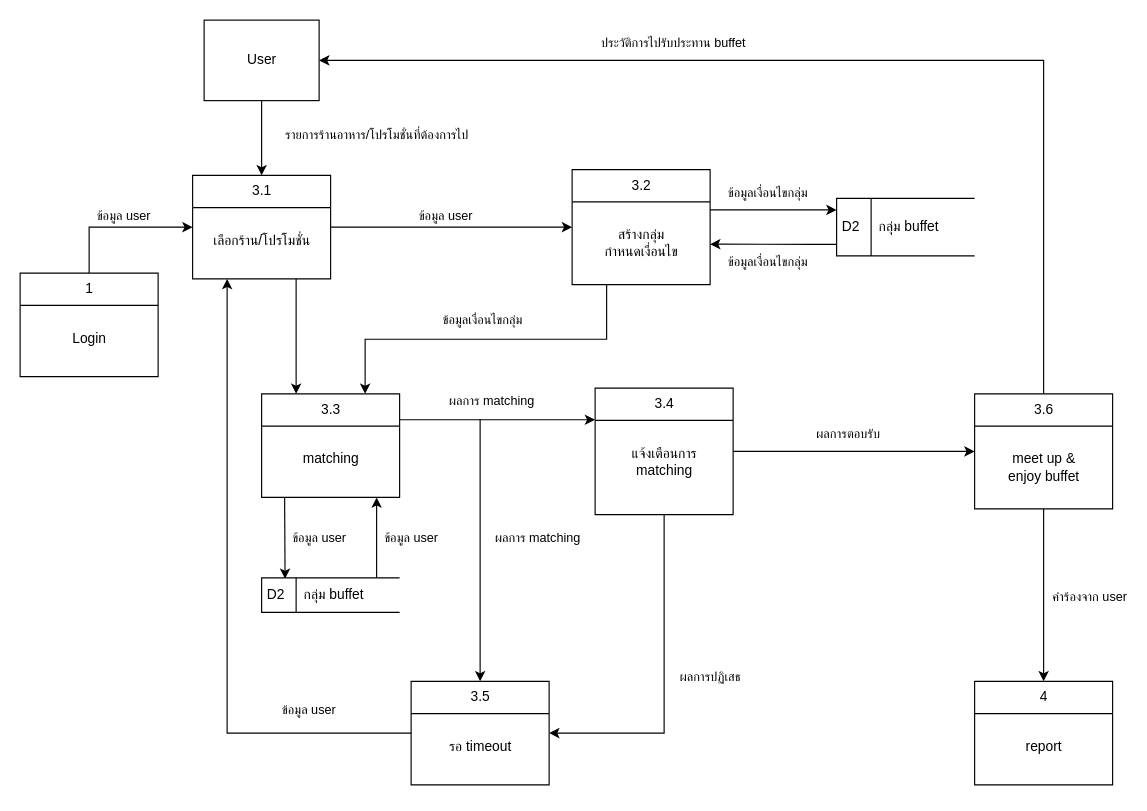
This is page "Page-3" (3 of 4) of Buffet2gether_Doc/draw.io/dfd.drawio from Buffet2gether/buffet2gether, a draw.io file, before an edit. Source tidied: cells renumbered, new cells numbered last; positions are measured from the earlier drawing's top-left corner, leaving out a move shared by most shapes. Both pictures are drawn from the tidied source at 115%, with x=0, y=0 at pixel (20, 20).
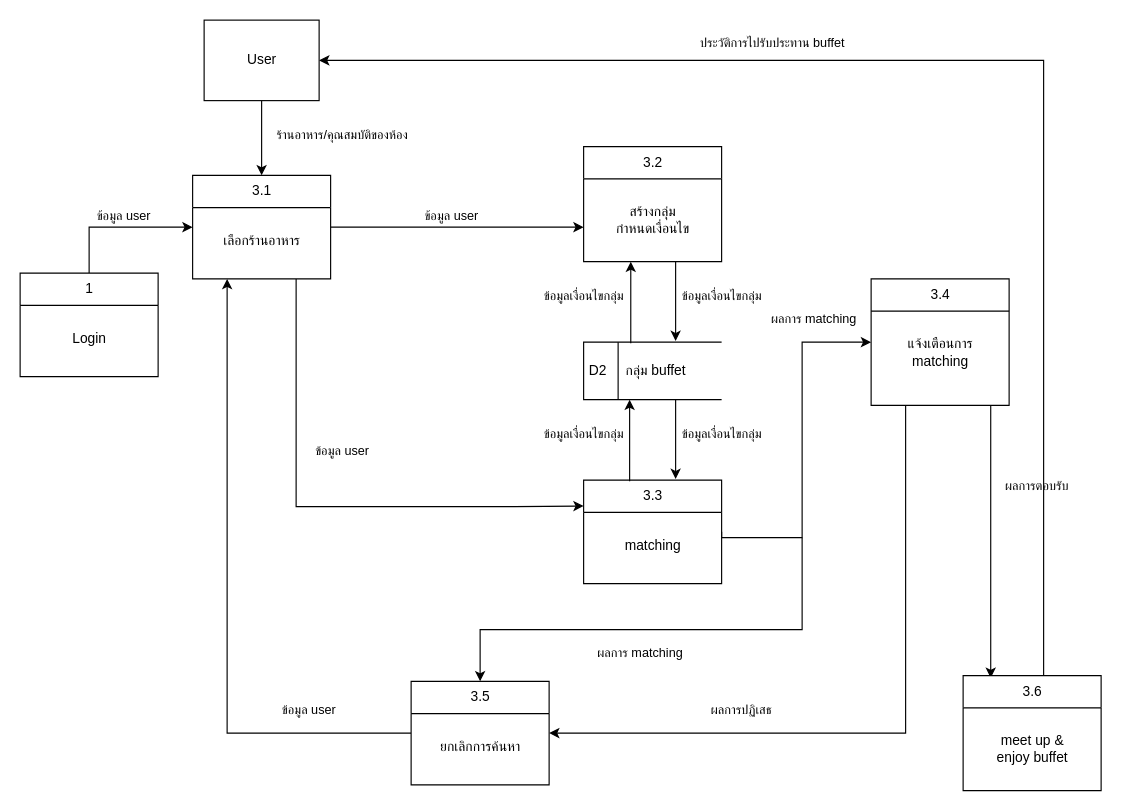
The same diagram, later.

The change refers to these unchanged cells:
```xml
<mxCell id="25" value="User" style="html=1;dashed=0;whitespace=wrap;" parent="1" vertex="1">
  <mxGeometry x="160" width="100" height="70" as="geometry" />
</mxCell>
```

What changed in the source:
```diff
@@
-    <mxCell id="2" value="ข้อมูล user" style="edgeStyle=orthogonalEdgeStyle;rounded=0;jettySize=auto;html=1;exitX=1;exitY=0.5;exitDx=0;exitDy=0;entryX=0;entryY=0.5;entryDx=0;entryDy=0;" parent="1" edge="1" source="4" target="6">
-      <mxGeometry x="-0.05" y="10" relative="1" as="geometry" />
+    <mxCell id="2" value="ข้อมูล user" style="edgeStyle=orthogonalEdgeStyle;rounded=0;jettySize=auto;html=1;exitX=1;exitY=0.5;exitDx=0;exitDy=0;" parent="1" edge="1" source="4">
+      <mxGeometry x="-0.05" y="10" relative="1" as="geometry">
+        <mxPoint x="490" y="180" as="targetPoint" />
+      </mxGeometry>
     </mxCell>
-    <mxCell id="3" style="edgeStyle=orthogonalEdgeStyle;rounded=0;jettySize=auto;html=1;exitX=0.75;exitY=1;exitDx=0;exitDy=0;entryX=0.25;entryY=0;entryDx=0;entryDy=0;" parent="1" edge="1" source="4" target="8">
-      <mxGeometry relative="1" as="geometry" />
+    <mxCell id="3" value="ข้อมูล user" style="edgeStyle=orthogonalEdgeStyle;rounded=0;jettySize=auto;html=1;exitX=0.75;exitY=1;exitDx=0;exitDy=0;entryX=0;entryY=0.25;entryDx=0;entryDy=0;" parent="1" edge="1" source="4" target="8">
+      <mxGeometry x="-0.33" y="40" relative="1" as="geometry">
+        <Array as="points">
+          <mxPoint x="240" y="423" />
+          <mxPoint x="430" y="423" />
+        </Array>
+      </mxGeometry>
     </mxCell>
-    <mxCell id="4" value="3.1&lt;br&gt;&lt;br&gt;&lt;br&gt;เลือกร้าน/โปรโมชั่น" style="swimlane;fontStyle=0;horizontal=1;startSize=28;fillColor=#ffffff;swimlaneFillColor=#ffffff;html=1;labelPosition=center;verticalLabelPosition=middle;align=center;verticalAlign=top;" parent="1" vertex="1">
+    <mxCell id="4" value="3.1&lt;br&gt;&lt;br&gt;&lt;br&gt;เลือกร้านอาหาร" style="swimlane;fontStyle=0;horizontal=1;startSize=28;fillColor=#ffffff;swimlaneFillColor=#ffffff;html=1;labelPosition=center;verticalLabelPosition=middle;align=center;verticalAlign=top;" parent="1" vertex="1">
       <mxGeometry x="150" y="135" width="120" height="90" as="geometry" />
     </mxCell>
-    <mxCell id="5" value="ข้อมูลเงื่อนไขกลุ่ม" style="edgeStyle=orthogonalEdgeStyle;rounded=0;jettySize=auto;html=1;exitX=0.25;exitY=1;exitDx=0;exitDy=0;entryX=0.75;entryY=0;entryDx=0;entryDy=0;" parent="1" edge="1" source="6" target="8">
-      <mxGeometry x="0.03" y="-17" relative="1" as="geometry">
-        <mxPoint x="1" as="offset" />
-      </mxGeometry>
-    </mxCell>
-    <mxCell id="6" value="3.2&lt;br&gt;&lt;br&gt;&lt;br&gt;สร้างกลุ่ม&lt;br&gt;กำหนดเงื่อนไข" style="swimlane;fontStyle=0;horizontal=1;startSize=28;fillColor=#ffffff;swimlaneFillColor=#ffffff;html=1;labelPosition=center;verticalLabelPosition=middle;align=center;verticalAlign=top;" parent="1" vertex="1">
-      <mxGeometry x="480" y="130" width="120" height="100" as="geometry" />
-    </mxCell>
-    <mxCell id="7" value="ผลการ matching" style="edgeStyle=orthogonalEdgeStyle;rounded=0;jettySize=auto;html=1;exitX=1;exitY=0.25;exitDx=0;exitDy=0;entryX=0;entryY=0.25;entryDx=0;entryDy=0;" parent="1" edge="1" source="8" target="12">
-      <mxGeometry x="-0.06" y="18" relative="1" as="geometry">
-        <Array as="points">
-          <mxPoint x="390" y="348" />
-          <mxPoint x="390" y="348" />
-        </Array>
-        <mxPoint y="1" as="offset" />
-      </mxGeometry>
-    </mxCell>
-    <mxCell id="8" value="3.3&lt;br&gt;&lt;br&gt;&lt;br&gt;matching" style="swimlane;fontStyle=0;horizontal=1;startSize=28;fillColor=#ffffff;swimlaneFillColor=#ffffff;html=1;labelPosition=center;verticalLabelPosition=middle;align=center;verticalAlign=top;" parent="1" vertex="1">
-      <mxGeometry x="210" y="325" width="120" height="90" as="geometry" />
-    </mxCell>
-    <mxCell id="9" value="ข้อมูล user" style="endArrow=classic;html=1;entryX=0.17;entryY=0.028;entryDx=0;entryDy=0;entryPerimeter=0;" parent="8" edge="1" target="21">
-      <mxGeometry x="-0.01" y="30" relative="1" as="geometry">
-        <mxPoint x="20" y="90" as="sourcePoint" />
-      </mxGeometry>
-    </mxCell>
-    <mxCell id="10" value="ผลการตอบรับ" style="edgeStyle=orthogonalEdgeStyle;rounded=0;jettySize=auto;html=1;exitX=1;exitY=0.5;exitDx=0;exitDy=0;entryX=0;entryY=0.5;entryDx=0;entryDy=0;" parent="1" edge="1" source="12" target="17">
-      <mxGeometry x="-0.05" y="15" relative="1" as="geometry" />
+    <mxCell id="10" value="ผลการตอบรับ" style="edgeStyle=orthogonalEdgeStyle;rounded=0;jettySize=auto;html=1;entryX=0.2;entryY=0.02;entryDx=0;entryDy=0;entryPerimeter=0;" parent="1" edge="1" target="17">
+      <mxGeometry x="-0.41" y="40" relative="1" as="geometry">
+        <mxPoint x="844" y="335" as="sourcePoint" />
+        <Array as="points">
+          <mxPoint x="844" y="335" />
+        </Array>
+      </mxGeometry>
     </mxCell>
-    <mxCell id="11" value="ผลการปฏิเสธ" style="edgeStyle=orthogonalEdgeStyle;rounded=0;jettySize=auto;html=1;exitX=0.5;exitY=1;exitDx=0;exitDy=0;entryX=1;entryY=0.5;entryDx=0;entryDy=0;" parent="1" edge="1" source="12" target="14">
-      <mxGeometry x="-0.03" y="40" relative="1" as="geometry" />
+    <mxCell id="11" value="ผลการปฏิเสธ" style="edgeStyle=orthogonalEdgeStyle;rounded=0;jettySize=auto;html=1;exitX=0.25;exitY=1;exitDx=0;exitDy=0;entryX=1;entryY=0.5;entryDx=0;entryDy=0;" parent="1" edge="1" source="12" target="14">
+      <mxGeometry x="0.44" y="-20" relative="1" as="geometry" />
     </mxCell>
-    <mxCell id="12" value="3.4&lt;br&gt;&lt;br&gt;&lt;br&gt;แจ้งเตือนการ&lt;br&gt;matching" style="swimlane;fontStyle=0;horizontal=1;startSize=28;fillColor=#ffffff;swimlaneFillColor=#ffffff;html=1;labelPosition=center;verticalLabelPosition=middle;align=center;verticalAlign=top;" parent="1" vertex="1">
-      <mxGeometry x="500" y="320" width="120" height="110" as="geometry" />
-    </mxCell>
@@
-    <mxCell id="14" value="3.5&lt;br&gt;&lt;br&gt;&lt;br&gt;รอ timeout" style="swimlane;fontStyle=0;horizontal=1;startSize=28;fillColor=#ffffff;swimlaneFillColor=#ffffff;html=1;labelPosition=center;verticalLabelPosition=middle;align=center;verticalAlign=top;" parent="1" vertex="1">
+    <mxCell id="14" value="3.5&lt;br&gt;&lt;br&gt;&lt;br&gt;ยกเลิกการค้นหา" style="swimlane;fontStyle=0;horizontal=1;startSize=28;fillColor=#ffffff;swimlaneFillColor=#ffffff;html=1;labelPosition=center;verticalLabelPosition=middle;align=center;verticalAlign=top;" parent="1" vertex="1">
       <mxGeometry x="340" y="575" width="120" height="90" as="geometry" />
     </mxCell>
-    <mxCell id="15" value="คำร้องจาก user" style="edgeStyle=orthogonalEdgeStyle;rounded=0;jettySize=auto;html=1;exitX=0.5;exitY=1;exitDx=0;exitDy=0;entryX=0.5;entryY=0;entryDx=0;entryDy=0;" parent="1" edge="1" source="17" target="28">
-      <mxGeometry x="0.03" y="40" relative="1" as="geometry" />
-    </mxCell>
@@
-    <mxCell id="17" value="3.6&lt;br&gt;&lt;br&gt;&lt;br&gt;meet up &amp;amp;&lt;br&gt;enjoy buffet" style="swimlane;fontStyle=0;horizontal=1;startSize=28;fillColor=#ffffff;swimlaneFillColor=#ffffff;html=1;labelPosition=center;verticalLabelPosition=middle;align=center;verticalAlign=top;" parent="1" vertex="1">
-      <mxGeometry x="830" y="325" width="120" height="100" as="geometry" />
-    </mxCell>
-    <mxCell id="18" value="ผลการ matching" style="endArrow=classic;html=1;entryX=0.5;entryY=0;entryDx=0;entryDy=0;" parent="1" edge="1" target="14">
-      <mxGeometry x="-0.1" y="50" relative="1" as="geometry">
-        <mxPoint x="400" y="347" as="sourcePoint" />
-      </mxGeometry>
-    </mxCell>
-    <mxCell id="19" value="ข้อมูลเงื่อนไขกลุ่ม" style="edgeStyle=orthogonalEdgeStyle;rounded=0;jettySize=auto;html=1;exitX=0;exitY=1;exitDx=0;exitDy=0;" parent="1" edge="1" source="20">
-      <mxGeometry x="0.17" y="15" relative="1" as="geometry">
-        <mxPoint x="600" y="194.8" as="targetPoint" />
-        <Array as="points">
-          <mxPoint x="690" y="195" />
-          <mxPoint x="690" y="195" />
-        </Array>
-      </mxGeometry>
-    </mxCell>
     <mxCell id="20" value="D2&amp;nbsp; &amp;nbsp; &amp;nbsp;กลุ่ม buffet" style="html=1;dashed=0;whitespace=wrap;shape=mxgraph.dfd.dataStoreID;align=left;spacingLeft=3;points=[[0,0],[0.5,0],[1,0],[0,0.5],[1,0.5],[0,1],[0.5,1],[1,1]];" parent="1" vertex="1">
-      <mxGeometry x="710" y="155" width="120" height="50" as="geometry" />
+      <mxGeometry x="490" y="280" width="120" height="50" as="geometry" />
     </mxCell>
-    <mxCell id="21" value="D2&amp;nbsp; &amp;nbsp; &amp;nbsp;กลุ่ม buffet" style="html=1;dashed=0;whitespace=wrap;shape=mxgraph.dfd.dataStoreID;align=left;spacingLeft=3;points=[[0,0],[0.5,0],[1,0],[0,0.5],[1,0.5],[0,1],[0.5,1],[1,1]];" parent="1" vertex="1">
-      <mxGeometry x="210" y="485" width="120" height="30" as="geometry" />
-    </mxCell>
-    <mxCell id="22" value="ข้อมูลเงื่อนไขกลุ่ม" style="endArrow=classic;html=1;" parent="1" edge="1">
-      <mxGeometry x="-0.09" y="15" relative="1" as="geometry">
-        <mxPoint x="600" y="165" as="sourcePoint" />
-        <mxPoint x="710" y="165" as="targetPoint" />
-      </mxGeometry>
-    </mxCell>
-    <mxCell id="23" value="ข้อมูล user" style="endArrow=classic;html=1;" parent="1" edge="1">
-      <mxGeometry y="-30" relative="1" as="geometry">
-        <mxPoint x="310" y="485" as="sourcePoint" />
-        <mxPoint x="310" y="415" as="targetPoint" />
-      </mxGeometry>
-    </mxCell>
-    <mxCell id="24" value="รายการร้านอาหาร/โปรโมชั่นที่ต้องการไป" style="endArrow=classic;html=1;entryX=0.5;entryY=0;entryDx=0;entryDy=0;" parent="1" edge="1" source="25" target="4">
-      <mxGeometry x="-0.08" y="100" relative="1" as="geometry" />
+    <mxCell id="24" value="ร้านอาหาร/คุณสมบัติของห้อง" style="endArrow=classic;html=1;entryX=0.5;entryY=0;entryDx=0;entryDy=0;" parent="1" edge="1" source="25" target="4">
+      <mxGeometry x="-0.08" y="70" relative="1" as="geometry" />
     </mxCell>
@@
-    <mxCell id="28" value="4&lt;br&gt;&lt;br&gt;&lt;br&gt;report" style="swimlane;fontStyle=0;horizontal=1;startSize=28;fillColor=#ffffff;swimlaneFillColor=#ffffff;html=1;labelPosition=center;verticalLabelPosition=middle;align=center;verticalAlign=top;" parent="1" vertex="1">
-      <mxGeometry x="830" y="575" width="120" height="90" as="geometry" />
-    </mxCell>
+    <mxCell id="17" value="3.6&lt;br&gt;&lt;br&gt;&lt;br&gt;meet up &amp;amp;&lt;br&gt;enjoy buffet" style="swimlane;fontStyle=0;horizontal=1;startSize=28;fillColor=#ffffff;swimlaneFillColor=#ffffff;html=1;labelPosition=center;verticalLabelPosition=middle;align=center;verticalAlign=top;" parent="1" vertex="1">
+      <mxGeometry x="820" y="570" width="120" height="100" as="geometry" />
+    </mxCell>
+    <mxCell id="6" value="3.2&lt;br&gt;&lt;br&gt;&lt;br&gt;สร้างกลุ่ม&lt;br&gt;กำหนดเงื่อนไข" style="swimlane;fontStyle=0;horizontal=1;startSize=28;fillColor=#ffffff;swimlaneFillColor=#ffffff;html=1;labelPosition=center;verticalLabelPosition=middle;align=center;verticalAlign=top;" parent="1" vertex="1">
+      <mxGeometry x="490" y="110" width="120" height="100" as="geometry" />
+    </mxCell>
+    <mxCell id="29" value="ผลการ matching" style="edgeStyle=orthogonalEdgeStyle;rounded=0;jettySize=auto;html=1;entryX=0;entryY=0.5;entryDx=0;entryDy=0;" parent="1" edge="1" target="12">
+      <mxGeometry x="0.67" y="20" relative="1" as="geometry">
+        <mxPoint x="610" y="445" as="sourcePoint" />
+        <Array as="points">
+          <mxPoint x="610" y="450" />
+          <mxPoint x="680" y="450" />
+          <mxPoint x="680" y="280" />
+        </Array>
+      </mxGeometry>
+    </mxCell>
+    <mxCell id="8" value="3.3&lt;br&gt;&lt;br&gt;&lt;br&gt;matching" style="swimlane;fontStyle=0;horizontal=1;startSize=28;fillColor=#ffffff;swimlaneFillColor=#ffffff;html=1;labelPosition=center;verticalLabelPosition=middle;align=center;verticalAlign=top;" parent="1" vertex="1">
+      <mxGeometry x="490" y="400" width="120" height="90" as="geometry" />
+    </mxCell>
+    <mxCell id="30" value="ข้อมูลเงื่อนไขกลุ่ม" style="endArrow=classic;html=1;exitX=0.25;exitY=0.02;exitDx=0;exitDy=0;exitPerimeter=0;" parent="1" edge="1">
+      <mxGeometry x="0.15" y="41" relative="1" as="geometry">
+        <mxPoint x="531" y="281" as="sourcePoint" />
+        <mxPoint x="531" y="210" as="targetPoint" />
+      </mxGeometry>
+    </mxCell>
+    <mxCell id="31" value="ข้อมูลเงื่อนไขกลุ่ม" style="endArrow=classic;html=1;exitX=0.75;exitY=1;exitDx=0;exitDy=0;entryX=0.75;entryY=-0.02;entryDx=0;entryDy=0;entryPerimeter=0;" parent="1" edge="1">
+      <mxGeometry x="-0.13" y="40" relative="1" as="geometry">
+        <mxPoint x="570" y="210" as="sourcePoint" />
+        <mxPoint x="570" y="279" as="targetPoint" />
+      </mxGeometry>
+    </mxCell>
+    <mxCell id="32" value="ข้อมูลเงื่อนไขกลุ่ม" style="endArrow=classic;html=1;exitX=0.75;exitY=1;exitDx=0;exitDy=0;entryX=0.75;entryY=-0.02;entryDx=0;entryDy=0;entryPerimeter=0;" parent="1" edge="1">
+      <mxGeometry x="-0.13" y="40" relative="1" as="geometry">
+        <mxPoint x="570" y="330" as="sourcePoint" />
+        <mxPoint x="570" y="399" as="targetPoint" />
+      </mxGeometry>
+    </mxCell>
+    <mxCell id="33" value="ข้อมูลเงื่อนไขกลุ่ม" style="endArrow=classic;html=1;exitX=0.25;exitY=0.02;exitDx=0;exitDy=0;exitPerimeter=0;" parent="1" edge="1">
+      <mxGeometry x="0.15" y="40" relative="1" as="geometry">
+        <mxPoint x="530" y="401" as="sourcePoint" />
+        <mxPoint x="530" y="330" as="targetPoint" />
+      </mxGeometry>
+    </mxCell>
+    <mxCell id="34" value="ผลการ matching" style="endArrow=classic;rounded=0;html=1;entryX=0.5;entryY=0;entryDx=0;entryDy=0;edgeStyle=elbowEdgeStyle;elbow=vertical;" parent="1" edge="1" target="14">
+      <mxGeometry x="0.09" y="20" relative="1" as="geometry">
+        <mxPoint x="680" y="450" as="sourcePoint" />
+        <Array as="points">
+          <mxPoint x="670" y="530" />
+          <mxPoint x="530" y="530" />
+        </Array>
+      </mxGeometry>
+    </mxCell>
+    <mxCell id="12" value="3.4&lt;br&gt;&lt;br&gt;&lt;br&gt;แจ้งเตือนการ&lt;br&gt;matching" style="swimlane;fontStyle=0;horizontal=1;startSize=28;fillColor=#ffffff;swimlaneFillColor=#ffffff;html=1;labelPosition=center;verticalLabelPosition=middle;align=center;verticalAlign=top;" parent="1" vertex="1">
+      <mxGeometry x="740" y="225" width="120" height="110" as="geometry" />
+    </mxCell>
```
